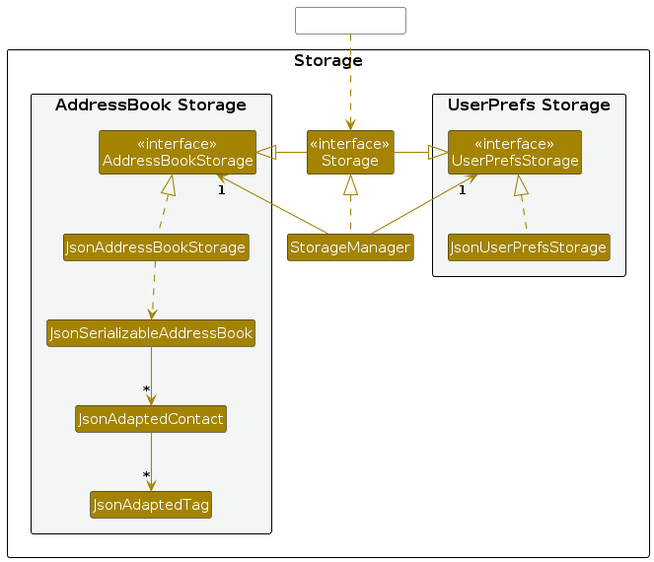
quangthangisme/tp keeps this PlantUML diagram as diagrams/StorageClassDiagram.png. Above is the earlier version. Its source is kept beside it as diagrams/StorageClassDiagram.puml. Its diagram source:
```plantuml
@startuml
!include style.puml
skinparam arrowThickness 1.1
skinparam arrowColor STORAGE_COLOR
skinparam classBackgroundColor STORAGE_COLOR

package Storage as StoragePackage {

package "UserPrefs Storage" #F4F6F6{
Class "<<interface>>\nUserPrefsStorage" as UserPrefsStorage
Class JsonUserPrefsStorage
}

Class "<<interface>>\nStorage" as Storage
Class StorageManager

package "AddressBook Storage" #F4F6F6{
Class "<<interface>>\nAddressBookStorage" as AddressBookStorage
Class JsonAddressBookStorage
Class JsonSerializableAddressBook
Class JsonAdaptedContact
Class JsonAdaptedTag
}

}

Class HiddenOutside #FFFFFF
HiddenOutside ..> Storage

StorageManager .up.|> Storage
StorageManager -up-> "1" UserPrefsStorage
StorageManager -up-> "1" AddressBookStorage

Storage -left-|> UserPrefsStorage
Storage -right-|> AddressBookStorage

JsonUserPrefsStorage .up.|> UserPrefsStorage
JsonAddressBookStorage .up.|> AddressBookStorage
JsonAddressBookStorage ..> JsonSerializableAddressBook
JsonSerializableAddressBook --> "*" JsonAdaptedContact
JsonAdaptedContact --> "*" JsonAdaptedTag

@enduml
```
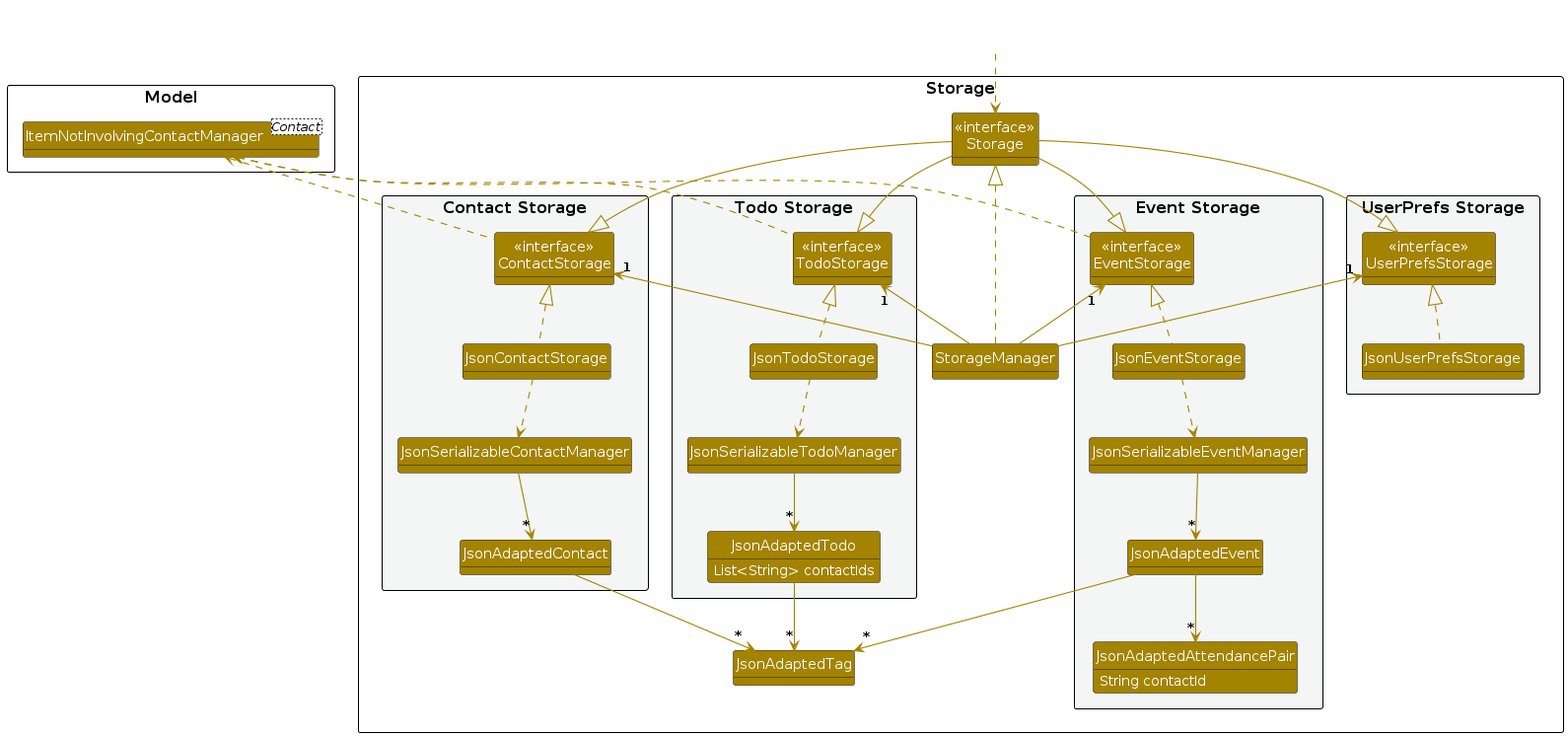
Above is the later version.

What changed in the source:
```diff
@@ -1,8 +1,15 @@
 @startuml
+allowmixing
 !include style.puml
+show attribute
+skinparam classAttributeFontColor white
 skinparam arrowThickness 1.1
 skinparam arrowColor STORAGE_COLOR
 skinparam classBackgroundColor STORAGE_COLOR
+
+package Model as ModelPackage {
+Class "ItemNotInvolvingContactManager" as Manager<Contact>
+}
 
 package Storage as StoragePackage {
 
@@ -14,30 +21,68 @@
 Class "<<interface>>\nStorage" as Storage
 Class StorageManager
 
-package "AddressBook Storage" #F4F6F6{
-Class "<<interface>>\nAddressBookStorage" as AddressBookStorage
-Class JsonAddressBookStorage
-Class JsonSerializableAddressBook
+package "Contact Storage" #F4F6F6{
+Class "<<interface>>\nContactStorage" as ContactStorage
+Class JsonContactStorage
+Class JsonSerializableContactManager
 Class JsonAdaptedContact
+}
+
+package "Todo Storage" #F4F6F6{
+Class "<<interface>>\nTodoStorage" as TodoStorage
+Class JsonTodoStorage
+Class JsonSerializableTodoManager
+Class JsonAdaptedTodo {
+                     List<String> contactIds
+                     }
+}
+
+package "Event Storage" #F4F6F6{
+Class "<<interface>>\nEventStorage" as EventStorage
+Class JsonEventStorage
+Class JsonSerializableEventManager
+Class JsonAdaptedEvent
+Class JsonAdaptedAttendancePair {
+String contactId
+}
+}
+
 Class JsonAdaptedTag
 }
 
-}
-
-Class HiddenOutside #FFFFFF
+Cloud HiddenOutside #FFFFFF
 HiddenOutside ..> Storage
 
 StorageManager .up.|> Storage
 StorageManager -up-> "1" UserPrefsStorage
-StorageManager -up-> "1" AddressBookStorage
+StorageManager -up-> "1" ContactStorage
+StorageManager -up-> "1" TodoStorage
+StorageManager -up-> "1" EventStorage
 
-Storage -left-|> UserPrefsStorage
-Storage -right-|> AddressBookStorage
+Storage -down-|> UserPrefsStorage
+Storage -down-|> ContactStorage
+Storage -down-|> TodoStorage
+Storage -down-|> EventStorage
 
 JsonUserPrefsStorage .up.|> UserPrefsStorage
-JsonAddressBookStorage .up.|> AddressBookStorage
-JsonAddressBookStorage ..> JsonSerializableAddressBook
-JsonSerializableAddressBook --> "*" JsonAdaptedContact
+
+JsonContactStorage .up.|> ContactStorage
+JsonContactStorage ..> JsonSerializableContactManager
+JsonSerializableContactManager --> "*" JsonAdaptedContact
 JsonAdaptedContact --> "*" JsonAdaptedTag
 
+JsonTodoStorage .up.|> TodoStorage
+JsonTodoStorage ..> JsonSerializableTodoManager
+JsonSerializableTodoManager --> "*" JsonAdaptedTodo
+JsonAdaptedTodo --> "*" JsonAdaptedTag
+
+JsonEventStorage .up.|> EventStorage
+JsonEventStorage ..> JsonSerializableEventManager
+JsonSerializableEventManager --> "*" JsonAdaptedEvent
+JsonAdaptedEvent --> "*" JsonAdaptedTag
+JsonAdaptedEvent --> "*" JsonAdaptedAttendancePair
+
+ContactStorage .up.> Manager
+TodoStorage .left.> Manager
+EventStorage .up.> Manager
 @enduml
```
